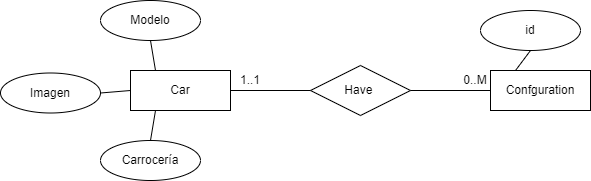
Above: docs/E-R.png in ualdra/mercedesdra22 (draw.io), before the change. Source tidied: cells renumbered, new cells last; positions are measured from the earlier drawing's top-left corner, leaving out a move shared by most shapes. The source it was exported from:
```xml
<mxGraphModel>
  <root>
    <mxCell id="0" />
    <mxCell id="1" parent="0" />
    <mxCell id="2" value="Have&amp;nbsp;" style="shape=rhombus;perimeter=rhombusPerimeter;whiteSpace=wrap;html=1;align=center;" parent="1" vertex="1">
      <mxGeometry x="310" y="65" width="100" height="50" as="geometry" />
    </mxCell>
    <mxCell id="3" style="endArrow=none;html=1;rounded=0;exitX=1;exitY=0.5;exitDx=0;exitDy=0;entryX=0;entryY=0.5;entryDx=0;entryDy=0;" parent="1" edge="1" target="2">
      <mxGeometry relative="1" as="geometry">
        <mxPoint x="230" y="90" as="sourcePoint" />
      </mxGeometry>
    </mxCell>
    <mxCell id="4" value="Car" style="whiteSpace=wrap;html=1;align=center;" parent="1" vertex="1">
      <mxGeometry x="130" y="70" width="100" height="40" as="geometry" />
    </mxCell>
    <mxCell id="5" value="Confguration" style="whiteSpace=wrap;html=1;align=center;" parent="1" vertex="1">
      <mxGeometry x="490" y="70" width="100" height="40" as="geometry" />
    </mxCell>
    <mxCell id="6" style="endArrow=none;html=1;rounded=0;entryX=0;entryY=0.5;entryDx=0;entryDy=0;exitX=1;exitY=0.5;exitDx=0;exitDy=0;" parent="1" edge="1" source="2" target="5">
      <mxGeometry relative="1" as="geometry" />
    </mxCell>
    <mxCell id="7" value="0..M" style="text;html=1;strokeColor=none;fillColor=none;align=center;verticalAlign=middle;whiteSpace=wrap;rounded=0;" parent="1" vertex="1">
      <mxGeometry x="460" y="72.5" width="30" height="15" as="geometry" />
    </mxCell>
    <mxCell id="8" value="1..1" style="text;html=1;strokeColor=none;fillColor=none;align=center;verticalAlign=middle;whiteSpace=wrap;rounded=0;" parent="1" vertex="1">
      <mxGeometry x="240" y="70" width="20" height="20" as="geometry" />
    </mxCell>
    <mxCell id="9" value="Modelo" style="ellipse;whiteSpace=wrap;html=1;align=center;" parent="1" vertex="1">
      <mxGeometry x="100" width="100" height="40" as="geometry" />
    </mxCell>
    <mxCell id="10" value="Carrocería" style="ellipse;whiteSpace=wrap;html=1;align=center;" parent="1" vertex="1">
      <mxGeometry x="100" y="140" width="100" height="40" as="geometry" />
    </mxCell>
    <mxCell id="11" value="Imagen" style="ellipse;whiteSpace=wrap;html=1;align=center;" parent="1" vertex="1">
      <mxGeometry y="72.5" width="100" height="40" as="geometry" />
    </mxCell>
    <mxCell id="12" style="endArrow=none;html=1;rounded=0;exitX=0.25;exitY=1;exitDx=0;exitDy=0;entryX=0.5;entryY=0;entryDx=0;entryDy=0;" parent="1" edge="1" source="4" target="10">
      <mxGeometry relative="1" as="geometry" />
    </mxCell>
    <mxCell id="13" style="endArrow=none;html=1;rounded=0;exitX=0.25;exitY=0;exitDx=0;exitDy=0;entryX=0.5;entryY=1;entryDx=0;entryDy=0;" parent="1" edge="1" source="4" target="9">
      <mxGeometry relative="1" as="geometry" />
    </mxCell>
    <mxCell id="14" style="endArrow=none;html=1;rounded=0;exitX=0;exitY=0.5;exitDx=0;exitDy=0;entryX=1;entryY=0.5;entryDx=0;entryDy=0;" parent="1" edge="1" source="4" target="11">
      <mxGeometry relative="1" as="geometry" />
    </mxCell>
    <mxCell id="15" value="id" style="ellipse;whiteSpace=wrap;html=1;align=center;" parent="1" vertex="1">
      <mxGeometry x="480" y="10" width="100" height="40" as="geometry" />
    </mxCell>
    <mxCell id="16" style="endArrow=none;html=1;rounded=0;exitX=0.25;exitY=0;exitDx=0;exitDy=0;entryX=0.5;entryY=1;entryDx=0;entryDy=0;" parent="1" edge="1" source="5" target="15">
      <mxGeometry relative="1" as="geometry" />
    </mxCell>
  </root>
</mxGraphModel>
```
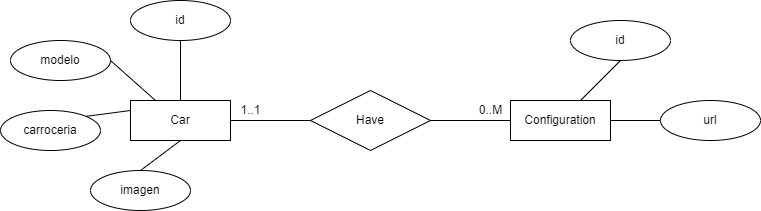
The same diagram one commit later.

What changed in the source:
```diff
@@ -2,52 +2,62 @@
   <root>
     <mxCell id="0" />
     <mxCell id="1" parent="0" />
+    <mxCell id="4" value="Car" style="whiteSpace=wrap;html=1;align=center;" parent="1" vertex="1">
+      <mxGeometry x="110" y="190" width="100" height="40" as="geometry" />
+    </mxCell>
+    <mxCell id="17" value="Configuration" style="whiteSpace=wrap;html=1;align=center;" parent="1" vertex="1">
+      <mxGeometry x="490" y="190" width="100" height="40" as="geometry" />
+    </mxCell>
-    <mxCell id="2" value="Have&amp;nbsp;" style="shape=rhombus;perimeter=rhombusPerimeter;whiteSpace=wrap;html=1;align=center;" parent="1" vertex="1">
-      <mxGeometry x="310" y="65" width="100" height="50" as="geometry" />
+    <mxCell id="2" value="Have" style="shape=rhombus;perimeter=rhombusPerimeter;whiteSpace=wrap;html=1;align=center;" parent="1" vertex="1">
+      <mxGeometry x="290" y="180" width="120" height="60" as="geometry" />
     </mxCell>
-    <mxCell id="3" style="endArrow=none;html=1;rounded=0;exitX=1;exitY=0.5;exitDx=0;exitDy=0;entryX=0;entryY=0.5;entryDx=0;entryDy=0;" parent="1" edge="1" target="2">
-      <mxGeometry relative="1" as="geometry">
-        <mxPoint x="230" y="90" as="sourcePoint" />
-      </mxGeometry>
-    </mxCell>
-    <mxCell id="4" value="Car" style="whiteSpace=wrap;html=1;align=center;" parent="1" vertex="1">
-      <mxGeometry x="130" y="70" width="100" height="40" as="geometry" />
-    </mxCell>
-    <mxCell id="5" value="Confguration" style="whiteSpace=wrap;html=1;align=center;" parent="1" vertex="1">
-      <mxGeometry x="490" y="70" width="100" height="40" as="geometry" />
-    </mxCell>
-    <mxCell id="6" style="endArrow=none;html=1;rounded=0;entryX=0;entryY=0.5;entryDx=0;entryDy=0;exitX=1;exitY=0.5;exitDx=0;exitDy=0;" parent="1" edge="1" source="2" target="5">
-      <mxGeometry relative="1" as="geometry" />
-    </mxCell>
+    <mxCell id="18" style="endArrow=none;html=1;rounded=0;exitX=1;exitY=0.5;exitDx=0;exitDy=0;entryX=0;entryY=0.5;entryDx=0;entryDy=0;" parent="1" edge="1" source="4" target="2">
+      <mxGeometry relative="1" as="geometry" />
+    </mxCell>
+    <mxCell id="19" style="endArrow=none;html=1;rounded=0;entryX=0;entryY=0.5;entryDx=0;entryDy=0;exitX=1;exitY=0.5;exitDx=0;exitDy=0;" parent="1" edge="1" source="2" target="17">
+      <mxGeometry relative="1" as="geometry" />
+    </mxCell>
+    <mxCell id="8" value="1..1" style="text;html=1;align=center;verticalAlign=middle;strokeColor=none;fillColor=none;" parent="1" vertex="1">
+      <mxGeometry x="210" y="190" width="40" height="20" as="geometry" />
+    </mxCell>
-    <mxCell id="7" value="0..M" style="text;html=1;strokeColor=none;fillColor=none;align=center;verticalAlign=middle;whiteSpace=wrap;rounded=0;" parent="1" vertex="1">
-      <mxGeometry x="460" y="72.5" width="30" height="15" as="geometry" />
+    <mxCell id="7" value="0..M" style="text;html=1;align=center;verticalAlign=middle;strokeColor=none;fillColor=none;" parent="1" vertex="1">
+      <mxGeometry x="450" y="190" width="40" height="20" as="geometry" />
     </mxCell>
-    <mxCell id="8" value="1..1" style="text;html=1;strokeColor=none;fillColor=none;align=center;verticalAlign=middle;whiteSpace=wrap;rounded=0;" parent="1" vertex="1">
-      <mxGeometry x="240" y="70" width="20" height="20" as="geometry" />
-    </mxCell>
-    <mxCell id="9" value="Modelo" style="ellipse;whiteSpace=wrap;html=1;align=center;" parent="1" vertex="1">
-      <mxGeometry x="100" width="100" height="40" as="geometry" />
-    </mxCell>
-    <mxCell id="10" value="Carrocería" style="ellipse;whiteSpace=wrap;html=1;align=center;" parent="1" vertex="1">
-      <mxGeometry x="100" y="140" width="100" height="40" as="geometry" />
-    </mxCell>
-    <mxCell id="11" value="Imagen" style="ellipse;whiteSpace=wrap;html=1;align=center;" parent="1" vertex="1">
-      <mxGeometry y="72.5" width="100" height="40" as="geometry" />
-    </mxCell>
-    <mxCell id="12" style="endArrow=none;html=1;rounded=0;exitX=0.25;exitY=1;exitDx=0;exitDy=0;entryX=0.5;entryY=0;entryDx=0;entryDy=0;" parent="1" edge="1" source="4" target="10">
-      <mxGeometry relative="1" as="geometry" />
-    </mxCell>
-    <mxCell id="13" style="endArrow=none;html=1;rounded=0;exitX=0.25;exitY=0;exitDx=0;exitDy=0;entryX=0.5;entryY=1;entryDx=0;entryDy=0;" parent="1" edge="1" source="4" target="9">
-      <mxGeometry relative="1" as="geometry" />
-    </mxCell>
-    <mxCell id="14" style="endArrow=none;html=1;rounded=0;exitX=0;exitY=0.5;exitDx=0;exitDy=0;entryX=1;entryY=0.5;entryDx=0;entryDy=0;" parent="1" edge="1" source="4" target="11">
-      <mxGeometry relative="1" as="geometry" />
-    </mxCell>
-    <mxCell id="15" value="id" style="ellipse;whiteSpace=wrap;html=1;align=center;" parent="1" vertex="1">
-      <mxGeometry x="480" y="10" width="100" height="40" as="geometry" />
-    </mxCell>
-    <mxCell id="16" style="endArrow=none;html=1;rounded=0;exitX=0.25;exitY=0;exitDx=0;exitDy=0;entryX=0.5;entryY=1;entryDx=0;entryDy=0;" parent="1" edge="1" source="5" target="15">
-      <mxGeometry relative="1" as="geometry" />
-    </mxCell>
+    <mxCell id="20" value="id" style="ellipse;whiteSpace=wrap;html=1;align=center;" parent="1" vertex="1">
+      <mxGeometry x="110" y="90" width="100" height="40" as="geometry" />
+    </mxCell>
+    <mxCell id="21" value="carroceria" style="ellipse;whiteSpace=wrap;html=1;align=center;" parent="1" vertex="1">
+      <mxGeometry x="-20" y="200" width="100" height="40" as="geometry" />
+    </mxCell>
+    <mxCell id="22" value="modelo" style="ellipse;whiteSpace=wrap;html=1;align=center;" parent="1" vertex="1">
+      <mxGeometry x="-10" y="130" width="100" height="40" as="geometry" />
+    </mxCell>
+    <mxCell id="23" value="imagen" style="ellipse;whiteSpace=wrap;html=1;align=center;" parent="1" vertex="1">
+      <mxGeometry x="70" y="260" width="100" height="40" as="geometry" />
+    </mxCell>
+    <mxCell id="24" value="id" style="ellipse;whiteSpace=wrap;html=1;align=center;" parent="1" vertex="1">
+      <mxGeometry x="550" y="110" width="100" height="40" as="geometry" />
+    </mxCell>
+    <mxCell id="25" value="url" style="ellipse;whiteSpace=wrap;html=1;align=center;" parent="1" vertex="1">
+      <mxGeometry x="640" y="190" width="100" height="40" as="geometry" />
+    </mxCell>
+    <mxCell id="26" style="endArrow=none;html=1;rounded=0;entryX=0.5;entryY=1;entryDx=0;entryDy=0;" parent="1" edge="1" source="17" target="24">
+      <mxGeometry relative="1" as="geometry" />
+    </mxCell>
+    <mxCell id="27" style="endArrow=none;html=1;rounded=0;entryX=0;entryY=0.5;entryDx=0;entryDy=0;exitX=1;exitY=0.5;exitDx=0;exitDy=0;" parent="1" edge="1" source="17" target="25">
+      <mxGeometry relative="1" as="geometry" />
+    </mxCell>
+    <mxCell id="28" style="endArrow=none;html=1;rounded=0;exitX=0.5;exitY=0;exitDx=0;exitDy=0;entryX=0.5;entryY=1;entryDx=0;entryDy=0;" parent="1" edge="1" source="23" target="4">
+      <mxGeometry relative="1" as="geometry" />
+    </mxCell>
+    <mxCell id="29" style="endArrow=none;html=1;rounded=0;exitX=1;exitY=0;exitDx=0;exitDy=0;entryX=0;entryY=0.25;entryDx=0;entryDy=0;" parent="1" edge="1" source="21" target="4">
+      <mxGeometry relative="1" as="geometry" />
+    </mxCell>
+    <mxCell id="30" style="endArrow=none;html=1;rounded=0;exitX=1;exitY=0.5;exitDx=0;exitDy=0;entryX=0.25;entryY=0;entryDx=0;entryDy=0;" parent="1" edge="1" source="22" target="4">
+      <mxGeometry relative="1" as="geometry" />
+    </mxCell>
+    <mxCell id="31" style="endArrow=none;html=1;rounded=0;exitX=0.5;exitY=1;exitDx=0;exitDy=0;" parent="1" edge="1" source="20" target="4">
+      <mxGeometry relative="1" as="geometry" />
+    </mxCell>
   </root>
 </mxGraphModel>
```
